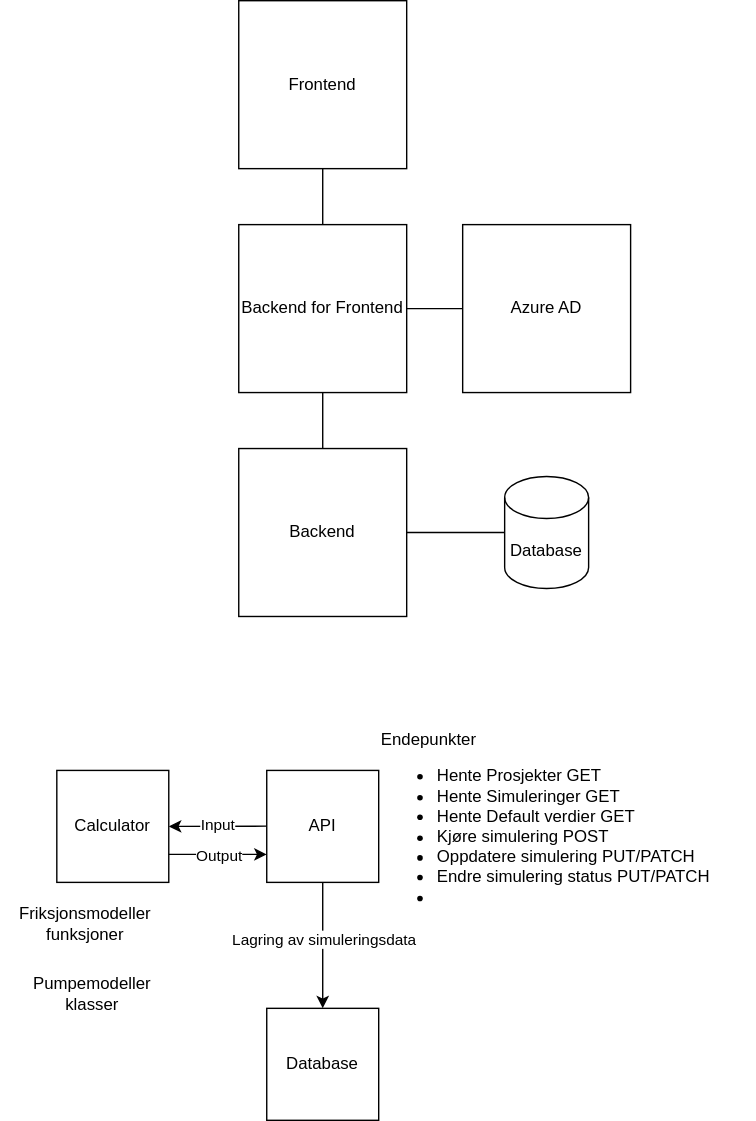
Before: testing.drawio.svg, a diagram exported from draw.io (tellewsen/umltests). Source tidied: cells renumbered, new cells last; positions are measured from the earlier drawing's top-left corner, leaving out a move shared by most shapes.
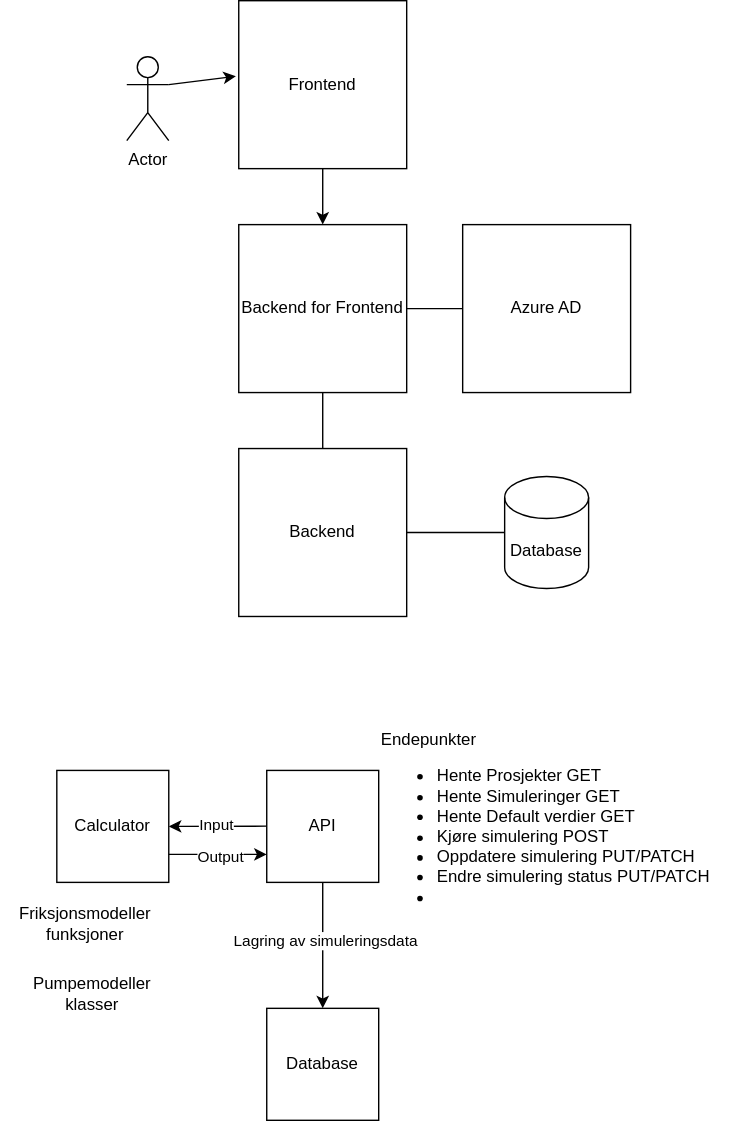
After the commit.

What changed in the source:
```diff
@@ -23,9 +23,6 @@
     <mxCell id="8" style="endArrow=none;html=1;rounded=0;entryX=0;entryY=0.5;entryDx=0;entryDy=0;exitX=1;exitY=0.5;exitDx=0;exitDy=0;" parent="1" edge="1" source="5" target="3">
       <mxGeometry relative="1" as="geometry" />
     </mxCell>
-    <mxCell id="9" style="endArrow=none;html=1;rounded=0;entryX=0.5;entryY=1;entryDx=0;entryDy=0;exitX=0.5;exitY=0;exitDx=0;exitDy=0;" parent="1" edge="1" source="5" target="2">
-      <mxGeometry relative="1" as="geometry" />
-    </mxCell>
     <mxCell id="10" value="Database" style="shape=cylinder3;whiteSpace=wrap;html=1;boundedLbl=1;backgroundOutline=1;size=15;" parent="1" vertex="1">
       <mxGeometry x="360" y="340" width="60" height="80" as="geometry" />
     </mxCell>
@@ -69,5 +66,14 @@
     <mxCell id="22" value="Output" style="edgeLabel;html=1;align=center;verticalAlign=middle;" parent="21" vertex="1">
       <mxGeometry x="0.02" y="-1" relative="1" as="geometry" />
     </mxCell>
+    <mxCell id="23" value="Actor" style="shape=umlActor;verticalLabelPosition=bottom;verticalAlign=top;html=1;outlineConnect=0;" parent="1" vertex="1">
+      <mxGeometry x="90" y="40" width="30" height="60" as="geometry" />
+    </mxCell>
+    <mxCell id="24" style="endArrow=classic;html=1;rounded=0;entryX=-0.017;entryY=0.45;entryDx=0;entryDy=0;entryPerimeter=0;exitX=1;exitY=0.3333333333333333;exitDx=0;exitDy=0;exitPerimeter=0;" parent="1" edge="1" source="23" target="2">
+      <mxGeometry relative="1" as="geometry" />
+    </mxCell>
+    <mxCell id="25" style="endArrow=classic;html=1;rounded=0;exitX=0.5;exitY=1;exitDx=0;exitDy=0;entryX=0.5;entryY=0;entryDx=0;entryDy=0;" parent="1" edge="1" source="2" target="5">
+      <mxGeometry relative="1" as="geometry" />
+    </mxCell>
   </root>
 </mxGraphModel>
```
